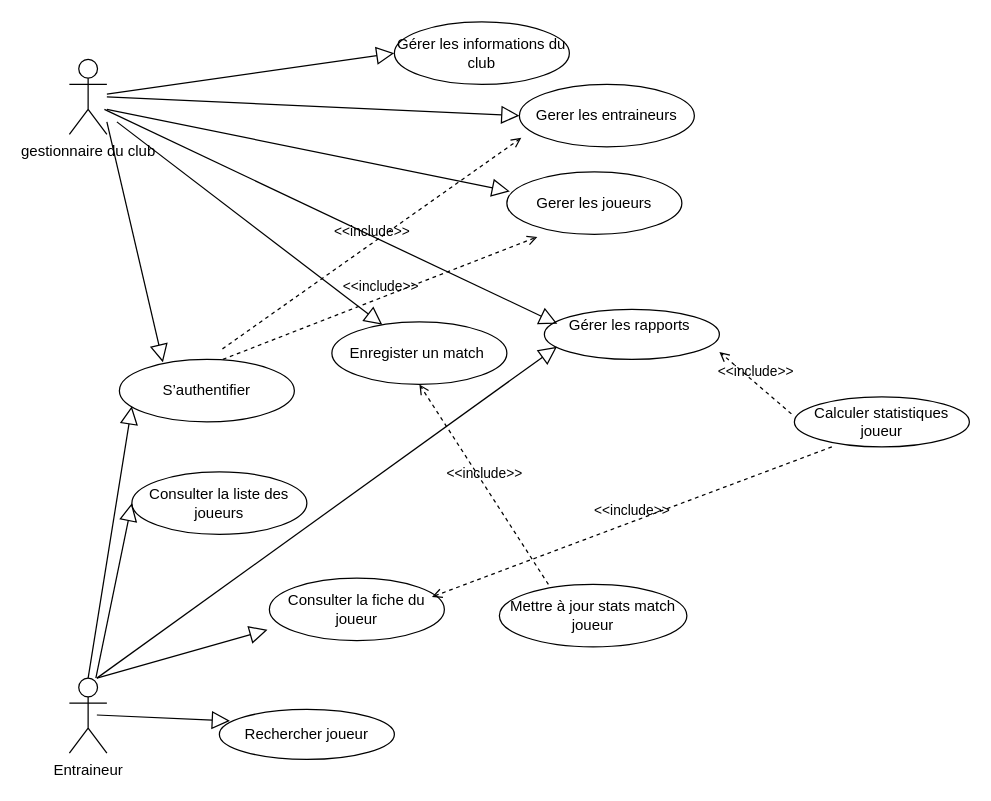
This is documentation/DiagrammeUseCaseFCB.drawio from ZouaghiHoussem/SoftwareEngineeringDocuments, a draw.io file, before an edit. Source tidied: cells renumbered, new cells numbered last; positions are measured from the earlier drawing's top-left corner, leaving out a move shared by most shapes. Both pictures are drawn from the tidied source at 125%, with x=0, y=0 at pixel (69, 21).
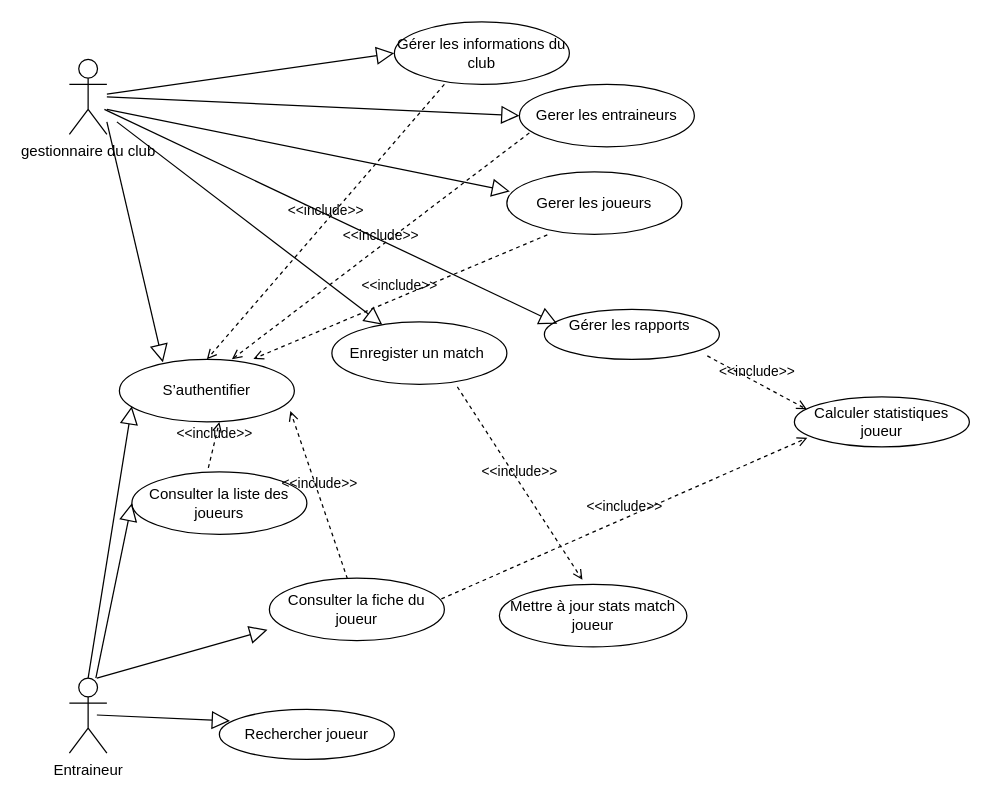
The same page after the edit.

Unchanged cells that the change refers to:
```xml
<mxCell id="4" value="Gerer les entraineurs" style="ellipse;whiteSpace=wrap;html=1;" parent="1" vertex="1">
  <mxGeometry x="360" y="50" width="140" height="50" as="geometry" />
</mxCell>
<mxCell id="7" value="Gerer les joueurs" style="ellipse;whiteSpace=wrap;html=1;" parent="1" vertex="1">
  <mxGeometry x="350" y="120" width="140" height="50" as="geometry" />
</mxCell>
<mxCell id="8" value="S’authentifier" style="ellipse;whiteSpace=wrap;html=1;" parent="1" vertex="1">
  <mxGeometry x="40" y="270" width="140" height="50" as="geometry" />
</mxCell>
<mxCell id="13" value="Consulter la liste des joueurs" style="ellipse;whiteSpace=wrap;html=1;" parent="1" vertex="1">
  <mxGeometry x="50" y="360" width="140" height="50" as="geometry" />
</mxCell>
<mxCell id="15" value="Gérer les rapports&amp;nbsp;&lt;div&gt;&lt;br&gt;&lt;/div&gt;" style="ellipse;whiteSpace=wrap;html=1;" parent="1" vertex="1">
  <mxGeometry x="380" y="230" width="140" height="40" as="geometry" />
</mxCell>
<mxCell id="16" value="&lt;div&gt;Enregister un match&amp;nbsp;&lt;/div&gt;" style="ellipse;whiteSpace=wrap;html=1;" parent="1" vertex="1">
  <mxGeometry x="210" y="240" width="140" height="50" as="geometry" />
</mxCell>
<mxCell id="22" value="Calculer statistiques joueur" style="ellipse;whiteSpace=wrap;html=1;" parent="1" vertex="1">
  <mxGeometry x="580" y="300" width="140" height="40" as="geometry" />
</mxCell>
<mxCell id="23" value="Mettre à jour stats match joueur" style="ellipse;whiteSpace=wrap;html=1;" parent="1" vertex="1">
  <mxGeometry x="344" y="450" width="150" height="50" as="geometry" />
</mxCell>
<mxCell id="24" value="Consulter la fiche du joueur" style="ellipse;whiteSpace=wrap;html=1;" parent="1" vertex="1">
  <mxGeometry x="160" y="445" width="140" height="50" as="geometry" />
</mxCell>
```

Diff of the diagram source:
```diff
@@
-    <mxCell id="19" style="edgeStyle=none;html=1;endArrow=block;endFill=0;endSize=12;verticalAlign=bottom;rounded=0;" parent="1" edge="1">
-      <mxGeometry relative="1" as="geometry">
-        <mxPoint x="22" y="525" as="sourcePoint" />
-        <mxPoint x="390" y="260" as="targetPoint" />
-      </mxGeometry>
-    </mxCell>
-    <mxCell id="20" value="&amp;lt;&amp;lt;include&amp;gt;&amp;gt;" style="html=1;verticalAlign=bottom;labelBackgroundColor=none;endArrow=open;endFill=0;dashed=1;rounded=0;entryX=0.011;entryY=0.856;entryDx=0;entryDy=0;entryPerimeter=0;exitX=0.589;exitY=-0.168;exitDx=0;exitDy=0;exitPerimeter=0;" parent="1" edge="1" source="8" target="4">
-      <mxGeometry relative="1" as="geometry" />
+    <mxCell id="20" value="&amp;lt;&amp;lt;include&amp;gt;&amp;gt;" style="html=1;verticalAlign=bottom;labelBackgroundColor=none;endArrow=open;endFill=0;dashed=1;rounded=0;exitX=0.057;exitY=0.776;exitDx=0;exitDy=0;exitPerimeter=0;" parent="1" edge="1" source="4">
+      <mxGeometry relative="1" as="geometry">
+        <mxPoint x="130" y="270" as="targetPoint" />
+      </mxGeometry>
     </mxCell>
-    <mxCell id="21" value="&amp;lt;&amp;lt;include&amp;gt;&amp;gt;" style="html=1;verticalAlign=bottom;labelBackgroundColor=none;endArrow=open;endFill=0;dashed=1;rounded=0;entryX=0.174;entryY=1.04;entryDx=0;entryDy=0;entryPerimeter=0;exitX=0.806;exitY=-0.072;exitDx=0;exitDy=0;exitPerimeter=0;" parent="1" edge="1" target="7">
-      <mxGeometry relative="1" as="geometry">
-        <mxPoint x="122.8" y="270" as="sourcePoint" />
-      </mxGeometry>
+    <mxCell id="21" value="&amp;lt;&amp;lt;include&amp;gt;&amp;gt;" style="html=1;verticalAlign=bottom;labelBackgroundColor=none;endArrow=open;endFill=0;dashed=1;rounded=0;entryX=0.766;entryY=-0.008;entryDx=0;entryDy=0;entryPerimeter=0;exitX=0.231;exitY=1.008;exitDx=0;exitDy=0;exitPerimeter=0;" parent="1" edge="1" source="7" target="8">
+      <mxGeometry relative="1" as="geometry" />
     </mxCell>
@@
-    <mxCell id="26" value="&amp;lt;&amp;lt;include&amp;gt;&amp;gt;" style="html=1;verticalAlign=bottom;labelBackgroundColor=none;endArrow=open;endFill=0;dashed=1;rounded=0;entryX=0.929;entryY=0.3;entryDx=0;entryDy=0;entryPerimeter=0;" parent="1" edge="1" target="24">
-      <mxGeometry relative="1" as="geometry">
-        <mxPoint x="610" y="340" as="sourcePoint" />
-      </mxGeometry>
+    <mxCell id="26" value="&amp;lt;&amp;lt;include&amp;gt;&amp;gt;" style="html=1;verticalAlign=bottom;labelBackgroundColor=none;endArrow=open;endFill=0;dashed=1;rounded=0;exitX=0.983;exitY=0.332;exitDx=0;exitDy=0;exitPerimeter=0;entryX=0.074;entryY=0.82;entryDx=0;entryDy=0;entryPerimeter=0;" parent="1" edge="1" source="24" target="22">
+      <mxGeometry relative="1" as="geometry" />
     </mxCell>
-    <mxCell id="27" value="&amp;lt;&amp;lt;include&amp;gt;&amp;gt;" style="html=1;verticalAlign=bottom;labelBackgroundColor=none;endArrow=open;endFill=0;dashed=1;rounded=0;entryX=1;entryY=0.85;entryDx=0;entryDy=0;entryPerimeter=0;exitX=-0.017;exitY=0.34;exitDx=0;exitDy=0;exitPerimeter=0;" parent="1" edge="1" source="22" target="15">
+    <mxCell id="27" value="&amp;lt;&amp;lt;include&amp;gt;&amp;gt;" style="html=1;verticalAlign=bottom;labelBackgroundColor=none;endArrow=open;endFill=0;dashed=1;rounded=0;exitX=0.931;exitY=0.93;exitDx=0;exitDy=0;exitPerimeter=0;entryX=0.071;entryY=0.25;entryDx=0;entryDy=0;entryPerimeter=0;" parent="1" edge="1" source="15" target="22">
       <mxGeometry relative="1" as="geometry" />
     </mxCell>
-    <mxCell id="28" value="&amp;lt;&amp;lt;include&amp;gt;&amp;gt;" style="html=1;verticalAlign=bottom;labelBackgroundColor=none;endArrow=open;endFill=0;dashed=1;rounded=0;entryX=0.5;entryY=1;entryDx=0;entryDy=0;" parent="1" edge="1" target="16">
-      <mxGeometry relative="1" as="geometry">
-        <mxPoint x="383.2" y="450" as="sourcePoint" />
-      </mxGeometry>
+    <mxCell id="28" value="&amp;lt;&amp;lt;include&amp;gt;&amp;gt;" style="html=1;verticalAlign=bottom;labelBackgroundColor=none;endArrow=open;endFill=0;dashed=1;rounded=0;exitX=0.717;exitY=1.04;exitDx=0;exitDy=0;exitPerimeter=0;entryX=0.443;entryY=-0.072;entryDx=0;entryDy=0;entryPerimeter=0;" parent="1" edge="1" source="16" target="23">
+      <mxGeometry relative="1" as="geometry" />
     </mxCell>
@@
+    <mxCell id="31" value="&amp;lt;&amp;lt;include&amp;gt;&amp;gt;" style="html=1;verticalAlign=bottom;labelBackgroundColor=none;endArrow=open;endFill=0;dashed=1;rounded=0;entryX=0.5;entryY=0;entryDx=0;entryDy=0;exitX=0.057;exitY=0.776;exitDx=0;exitDy=0;exitPerimeter=0;" parent="1" edge="1" target="8">
+      <mxGeometry relative="1" as="geometry">
+        <mxPoint x="300" y="50" as="sourcePoint" />
+      </mxGeometry>
+    </mxCell>
+    <mxCell id="32" value="&amp;lt;&amp;lt;include&amp;gt;&amp;gt;" style="html=1;verticalAlign=bottom;labelBackgroundColor=none;endArrow=open;endFill=0;dashed=1;rounded=0;entryX=0.5;entryY=0;entryDx=0;entryDy=0;exitX=0.437;exitY=-0.064;exitDx=0;exitDy=0;exitPerimeter=0;" parent="1" edge="1" source="13">
+      <mxGeometry relative="1" as="geometry">
+        <mxPoint x="120" y="320" as="targetPoint" />
+      </mxGeometry>
+    </mxCell>
+    <mxCell id="33" value="&amp;lt;&amp;lt;include&amp;gt;&amp;gt;" style="html=1;verticalAlign=bottom;labelBackgroundColor=none;endArrow=open;endFill=0;dashed=1;rounded=0;entryX=0.977;entryY=0.824;entryDx=0;entryDy=0;exitX=0.446;exitY=0.012;exitDx=0;exitDy=0;exitPerimeter=0;entryPerimeter=0;" parent="1" edge="1" source="24" target="8">
+      <mxGeometry relative="1" as="geometry" />
+    </mxCell>
```
